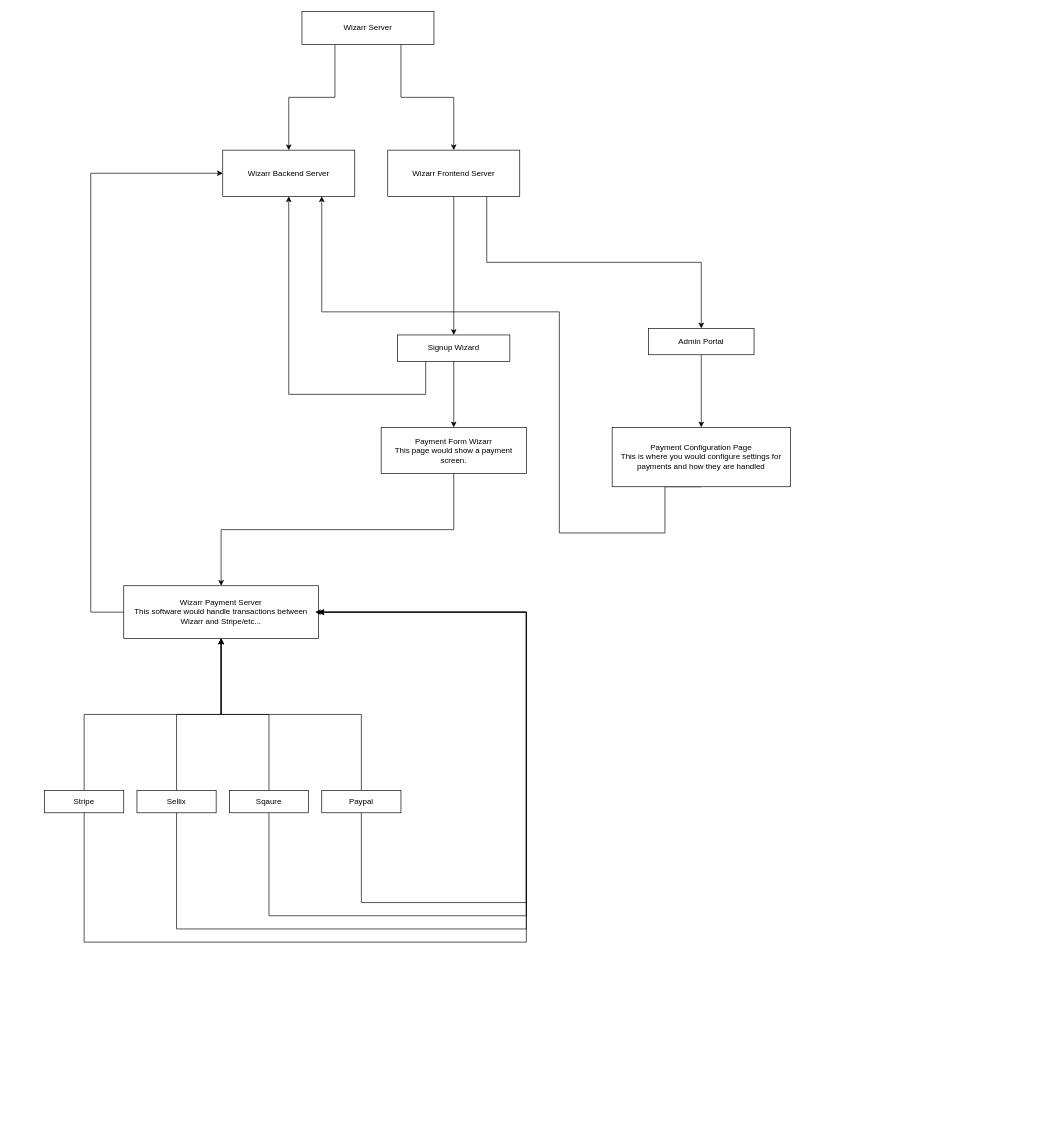
Before: Untitled Diagram.drawio in realashleybailey/realashleybailey, a draw.io diagram. Source tidied: cells renumbered, new cells numbered last; positions are measured from the earlier drawing's top-left corner, leaving out a move shared by most shapes. Both pictures are drawn from the tidied source at 66%, with x=0, y=0 at pixel (44, 11).
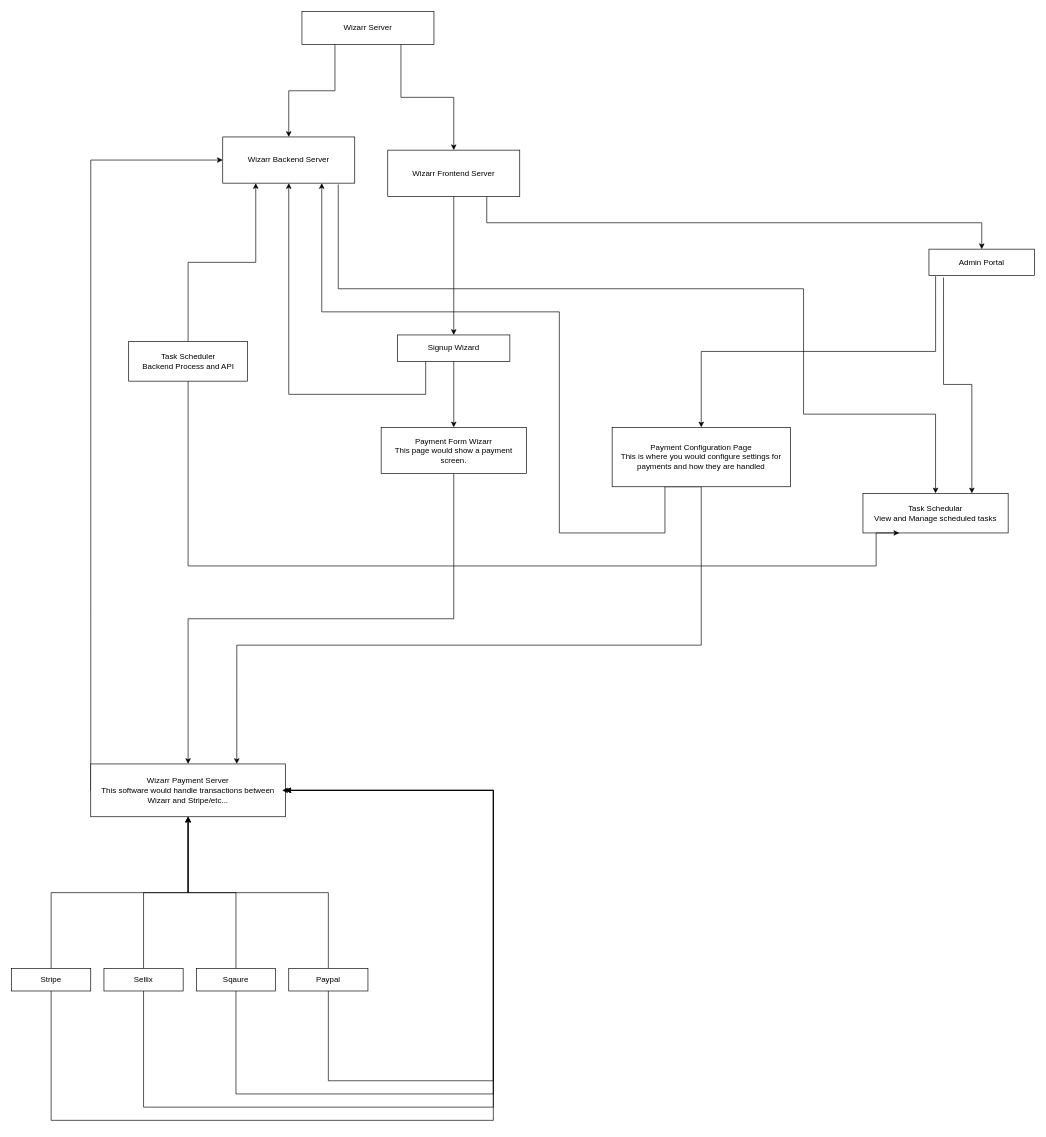
Above is the later version.

The change refers to these unchanged cells:
```xml
<mxCell id="27" value="Payment Configuration Page&lt;br&gt;This is where you would configure settings for payments and how they are handled" style="rounded=0;whiteSpace=wrap;html=1;" parent="1" vertex="1">
  <mxGeometry x="860" y="630" width="270" height="90" as="geometry" />
</mxCell>
```

What changed in the source:
```diff
@@
     <mxCell id="5" value="Wizarr Payment Server&lt;br&gt;This software would handle transactions between Wizarr and Stripe/etc..." style="rounded=0;whiteSpace=wrap;html=1;" parent="1" vertex="1">
-      <mxGeometry x="120" y="870" width="295" height="80" as="geometry" />
+      <mxGeometry x="70" y="1140" width="295" height="80" as="geometry" />
     </mxCell>
@@
     <mxCell id="7" style="edgeStyle=orthogonalEdgeStyle;rounded=0;jettySize=auto;html=1;exitX=0.5;exitY=1;exitDx=0;exitDy=0;entryX=1;entryY=0.5;entryDx=0;entryDy=0;" parent="1" edge="1" source="8" target="5">
       <mxGeometry relative="1" as="geometry">
         <Array as="points">
-          <mxPoint x="60" y="1410" />
-          <mxPoint x="730" y="1410" />
-          <mxPoint x="730" y="910" />
+          <mxPoint x="10" y="1680" />
+          <mxPoint x="680" y="1680" />
+          <mxPoint x="680" y="1180" />
         </Array>
       </mxGeometry>
     </mxCell>
     <mxCell id="8" value="Stripe" style="rounded=0;whiteSpace=wrap;html=1;" parent="1" vertex="1">
-      <mxGeometry y="1180" width="120" height="34" as="geometry" />
+      <mxGeometry x="-50" y="1450" width="120" height="34" as="geometry" />
     </mxCell>
@@
     <mxCell id="10" style="edgeStyle=orthogonalEdgeStyle;rounded=0;jettySize=auto;html=1;exitX=0.5;exitY=1;exitDx=0;exitDy=0;" parent="1" edge="1" source="11">
       <mxGeometry relative="1" as="geometry">
-        <mxPoint x="410" y="910" as="targetPoint" />
+        <mxPoint x="360" y="1180" as="targetPoint" />
         <Array as="points">
-          <mxPoint x="200" y="1390" />
-          <mxPoint x="730" y="1390" />
-          <mxPoint x="730" y="910" />
+          <mxPoint x="150" y="1660" />
+          <mxPoint x="680" y="1660" />
+          <mxPoint x="680" y="1180" />
         </Array>
       </mxGeometry>
     </mxCell>
     <mxCell id="11" value="Sellix" style="rounded=0;whiteSpace=wrap;html=1;" parent="1" vertex="1">
-      <mxGeometry x="140" y="1180" width="120" height="34" as="geometry" />
+      <mxGeometry x="90" y="1450" width="120" height="34" as="geometry" />
     </mxCell>
@@
     <mxCell id="13" style="edgeStyle=orthogonalEdgeStyle;rounded=0;jettySize=auto;html=1;exitX=0.5;exitY=1;exitDx=0;exitDy=0;entryX=1;entryY=0.5;entryDx=0;entryDy=0;" parent="1" edge="1" source="14" target="5">
       <mxGeometry relative="1" as="geometry">
         <Array as="points">
-          <mxPoint x="340" y="1370" />
-          <mxPoint x="730" y="1370" />
-          <mxPoint x="730" y="910" />
+          <mxPoint x="290" y="1640" />
+          <mxPoint x="680" y="1640" />
+          <mxPoint x="680" y="1180" />
         </Array>
       </mxGeometry>
     </mxCell>
     <mxCell id="14" value="Sqaure" style="rounded=0;whiteSpace=wrap;html=1;" parent="1" vertex="1">
-      <mxGeometry x="280" y="1180" width="120" height="34" as="geometry" />
+      <mxGeometry x="230" y="1450" width="120" height="34" as="geometry" />
     </mxCell>
@@
     <mxCell id="16" style="edgeStyle=orthogonalEdgeStyle;rounded=0;jettySize=auto;html=1;exitX=0.5;exitY=1;exitDx=0;exitDy=0;entryX=1;entryY=0.5;entryDx=0;entryDy=0;" parent="1" edge="1" source="17" target="5">
       <mxGeometry relative="1" as="geometry">
         <Array as="points">
-          <mxPoint x="480" y="1350" />
-          <mxPoint x="730" y="1350" />
-          <mxPoint x="730" y="910" />
+          <mxPoint x="430" y="1620" />
+          <mxPoint x="680" y="1620" />
+          <mxPoint x="680" y="1180" />
         </Array>
       </mxGeometry>
     </mxCell>
     <mxCell id="17" value="Paypal" style="rounded=0;whiteSpace=wrap;html=1;" parent="1" vertex="1">
-      <mxGeometry x="420" y="1180" width="120" height="34" as="geometry" />
+      <mxGeometry x="370" y="1450" width="120" height="34" as="geometry" />
     </mxCell>
@@
-    <mxCell id="24" style="edgeStyle=orthogonalEdgeStyle;rounded=0;jettySize=auto;html=1;exitX=0.5;exitY=1;exitDx=0;exitDy=0;entryX=0.5;entryY=0;entryDx=0;entryDy=0;" parent="1" edge="1" source="25" target="27">
+    <mxCell id="24" style="edgeStyle=orthogonalEdgeStyle;rounded=0;jettySize=auto;html=1;exitX=0.063;exitY=1.025;exitDx=0;exitDy=0;exitPerimeter=0;" parent="1" edge="1" source="25" target="27">
       <mxGeometry relative="1" as="geometry" />
     </mxCell>
+    <mxCell id="32" style="edgeStyle=orthogonalEdgeStyle;rounded=0;jettySize=auto;html=1;exitX=0.138;exitY=1.075;exitDx=0;exitDy=0;entryX=0.75;entryY=0;entryDx=0;entryDy=0;exitPerimeter=0;" parent="1" edge="1" source="25" target="35">
+      <mxGeometry relative="1" as="geometry" />
+    </mxCell>
     <mxCell id="25" value="Admin Portal" style="rounded=0;whiteSpace=wrap;html=1;" parent="1" vertex="1">
-      <mxGeometry x="915" y="480" width="160" height="40" as="geometry" />
+      <mxGeometry x="1340" y="360" width="160" height="40" as="geometry" />
     </mxCell>
@@
+    <mxCell id="33" style="edgeStyle=orthogonalEdgeStyle;rounded=0;jettySize=auto;html=1;exitX=0.5;exitY=1;exitDx=0;exitDy=0;entryX=0.75;entryY=0;entryDx=0;entryDy=0;" parent="1" edge="1" source="27" target="5">
+      <mxGeometry relative="1" as="geometry">
+        <Array as="points">
+          <mxPoint x="995" y="960" />
+          <mxPoint x="291" y="960" />
+        </Array>
+      </mxGeometry>
+    </mxCell>
@@
+    <mxCell id="34" style="edgeStyle=orthogonalEdgeStyle;rounded=0;jettySize=auto;html=1;exitX=0.875;exitY=1.029;exitDx=0;exitDy=0;entryX=0.5;entryY=0;entryDx=0;entryDy=0;exitPerimeter=0;" parent="1" edge="1" source="28" target="35">
+      <mxGeometry relative="1" as="geometry">
+        <Array as="points">
+          <mxPoint x="445" y="420" />
+          <mxPoint x="1150" y="420" />
+          <mxPoint x="1150" y="610" />
+          <mxPoint x="1350" y="610" />
+        </Array>
+      </mxGeometry>
+    </mxCell>
     <mxCell id="28" value="Wizarr Backend Server" style="rounded=0;whiteSpace=wrap;html=1;" parent="1" vertex="1">
-      <mxGeometry x="270" y="210" width="200" height="70" as="geometry" />
+      <mxGeometry x="270" y="190" width="200" height="70" as="geometry" />
     </mxCell>
@@
+    <mxCell id="35" value="Task Schedular&lt;br&gt;View and Manage scheduled tasks" style="rounded=0;whiteSpace=wrap;html=1;" parent="1" vertex="1">
+      <mxGeometry x="1240" y="730" width="220" height="60" as="geometry" />
+    </mxCell>
+    <mxCell id="36" style="edgeStyle=orthogonalEdgeStyle;rounded=0;jettySize=auto;html=1;exitX=0.5;exitY=0;exitDx=0;exitDy=0;entryX=0.25;entryY=1;entryDx=0;entryDy=0;" parent="1" edge="1" source="38" target="28">
+      <mxGeometry relative="1" as="geometry" />
+    </mxCell>
+    <mxCell id="37" style="edgeStyle=orthogonalEdgeStyle;rounded=0;jettySize=auto;html=1;exitX=0.5;exitY=1;exitDx=0;exitDy=0;entryX=0.25;entryY=1;entryDx=0;entryDy=0;" parent="1" edge="1" source="38" target="35">
+      <mxGeometry relative="1" as="geometry">
+        <Array as="points">
+          <mxPoint x="217" y="840" />
+          <mxPoint x="1260" y="840" />
+        </Array>
+      </mxGeometry>
+    </mxCell>
+    <mxCell id="38" value="Task Scheduler&lt;br&gt;Backend Process and API" style="rounded=0;whiteSpace=wrap;html=1;" parent="1" vertex="1">
+      <mxGeometry x="127.5" y="500" width="180" height="60" as="geometry" />
+    </mxCell>
```
